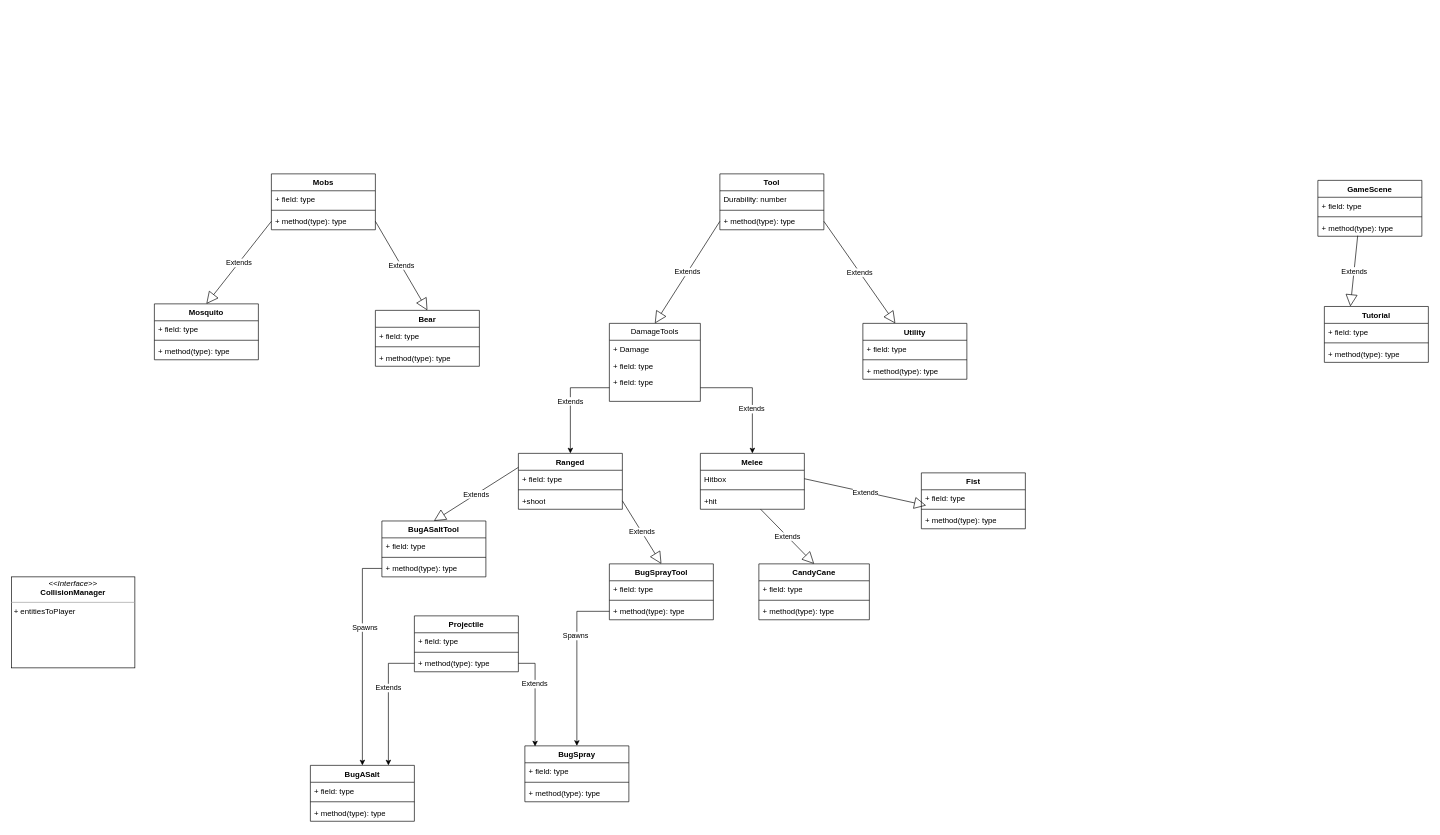
Before: gameObjects.drawio in 2guud4u/Bamazonn, a draw.io diagram. Source tidied: cells renumbered, new cells numbered last; positions are measured from the earlier drawing's top-left corner, leaving out a move shared by most shapes. Both pictures are drawn from the tidied source at 65%, with x=0, y=0 at pixel (11, 174).
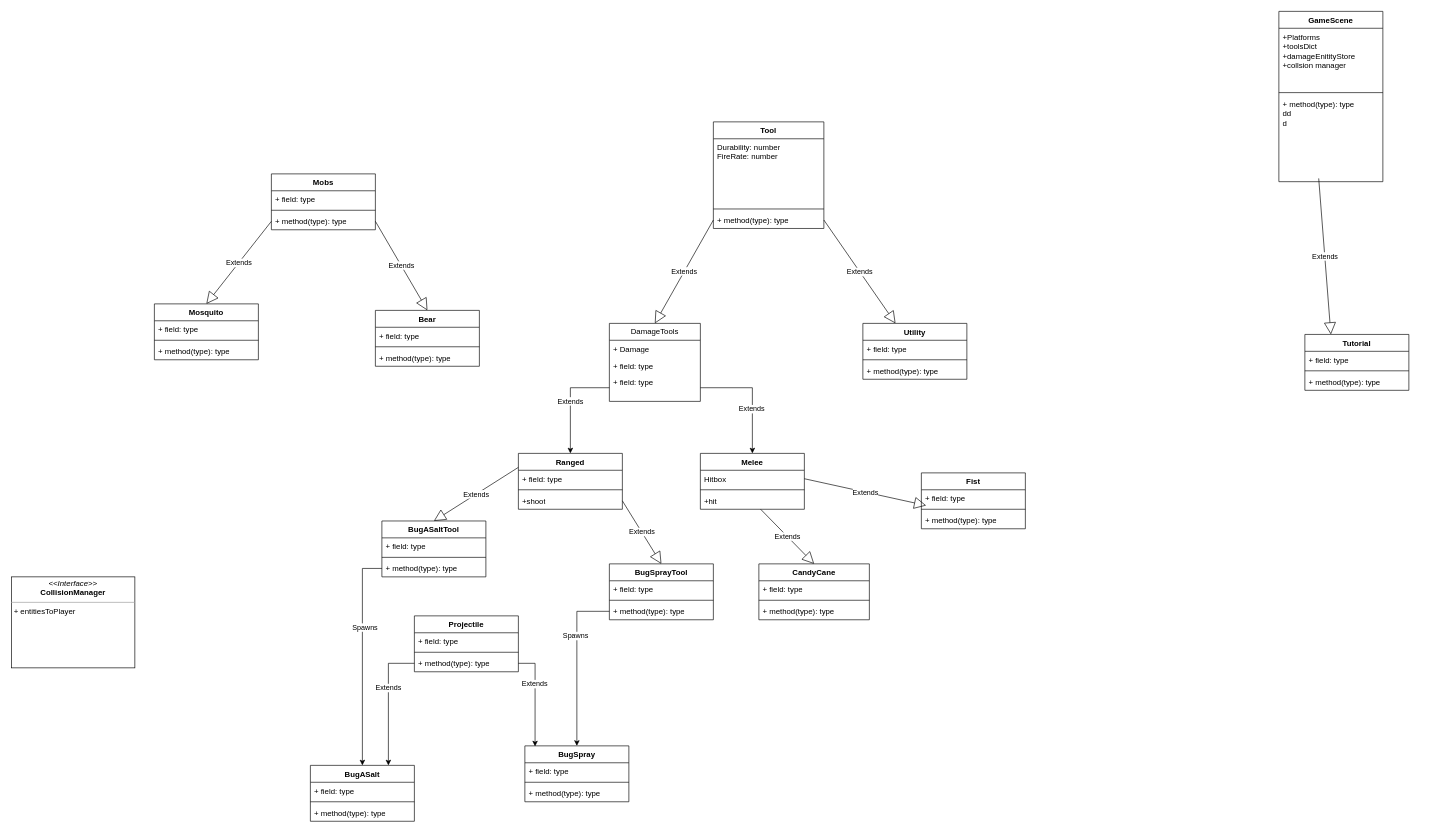
Above is the later version.

Change to the diagram source:
```diff
@@
     <mxCell id="21" value="Tool" style="swimlane;fontStyle=1;align=center;verticalAlign=top;horizontal=1;startSize=26;whiteSpace=wrap;html=1;" parent="1" vertex="1">
-      <mxGeometry x="1090" width="160" height="86" as="geometry" />
+      <mxGeometry x="1080" y="-80" width="170" height="164" as="geometry" />
     </mxCell>
-    <mxCell id="22" value="Durability: number" style="text;strokeColor=none;fillColor=none;align=left;verticalAlign=top;spacingLeft=4;spacingRight=4;overflow=hidden;whiteSpace=wrap;html=1;" parent="21" vertex="1">
-      <mxGeometry y="26" width="160" height="26" as="geometry" />
+    <mxCell id="22" value="Durability: number&lt;br&gt;FireRate: number" style="text;strokeColor=none;fillColor=none;align=left;verticalAlign=top;spacingLeft=4;spacingRight=4;overflow=hidden;whiteSpace=wrap;html=1;" parent="21" vertex="1">
+      <mxGeometry y="26" width="170" height="104" as="geometry" />
     </mxCell>
     <mxCell id="23" style="line;strokeWidth=1;fillColor=none;align=left;verticalAlign=middle;spacingTop=-1;spacingLeft=3;spacingRight=3;labelPosition=right;strokeColor=inherit;" parent="21" vertex="1">
-      <mxGeometry y="52" width="160" height="8" as="geometry" />
+      <mxGeometry y="130" width="170" height="8" as="geometry" />
     </mxCell>
     <mxCell id="24" value="+ method(type): type" style="text;strokeColor=none;fillColor=none;align=left;verticalAlign=top;spacingLeft=4;spacingRight=4;overflow=hidden;points=[[0,0.5],[1,0.5]];portConstraint=eastwest;whiteSpace=wrap;html=1;" parent="21" vertex="1">
-      <mxGeometry y="60" width="160" height="26" as="geometry" />
+      <mxGeometry y="138" width="170" height="26" as="geometry" />
     </mxCell>
@@
     <mxCell id="82" value="GameScene" style="swimlane;fontStyle=1;align=center;verticalAlign=top;horizontal=1;startSize=26;whiteSpace=wrap;html=1;" parent="1" vertex="1">
-      <mxGeometry x="2010" y="10" width="160" height="86" as="geometry" />
+      <mxGeometry x="1950" y="-250" width="160" height="262" as="geometry" />
     </mxCell>
-    <mxCell id="83" value="+ field: type" style="text;strokeColor=none;fillColor=none;align=left;verticalAlign=top;spacingLeft=4;spacingRight=4;overflow=hidden;whiteSpace=wrap;html=1;" parent="82" vertex="1">
-      <mxGeometry y="26" width="160" height="26" as="geometry" />
+    <mxCell id="83" value="+Platforms&lt;br&gt;+toolsDict&lt;br&gt;+damageEnitityStore&lt;br&gt;+collsion manager" style="text;strokeColor=none;fillColor=none;align=left;verticalAlign=top;spacingLeft=4;spacingRight=4;overflow=hidden;whiteSpace=wrap;html=1;" parent="82" vertex="1">
+      <mxGeometry y="26" width="160" height="94" as="geometry" />
     </mxCell>
     <mxCell id="84" style="line;strokeWidth=1;fillColor=none;align=left;verticalAlign=middle;spacingTop=-1;spacingLeft=3;spacingRight=3;labelPosition=right;strokeColor=inherit;" parent="82" vertex="1">
-      <mxGeometry y="52" width="160" height="8" as="geometry" />
+      <mxGeometry y="120" width="160" height="10" as="geometry" />
     </mxCell>
-    <mxCell id="85" value="+ method(type): type" style="text;strokeColor=none;fillColor=none;align=left;verticalAlign=top;spacingLeft=4;spacingRight=4;overflow=hidden;points=[[0,0.5],[1,0.5]];portConstraint=eastwest;whiteSpace=wrap;html=1;" parent="82" vertex="1">
-      <mxGeometry y="60" width="160" height="26" as="geometry" />
+    <mxCell id="85" value="+ method(type): type&lt;br&gt;dd&lt;br&gt;d" style="text;strokeColor=none;fillColor=none;align=left;verticalAlign=top;spacingLeft=4;spacingRight=4;overflow=hidden;points=[[0,0.5],[1,0.5]];portConstraint=eastwest;whiteSpace=wrap;html=1;" parent="82" vertex="1">
+      <mxGeometry y="130" width="160" height="132" as="geometry" />
     </mxCell>
     <mxCell id="86" value="Tutorial" style="swimlane;fontStyle=1;align=center;verticalAlign=top;horizontal=1;startSize=26;whiteSpace=wrap;html=1;" parent="1" vertex="1">
-      <mxGeometry x="2020" y="204" width="160" height="86" as="geometry" />
+      <mxGeometry x="1990" y="247" width="160" height="86" as="geometry" />
     </mxCell>
```
